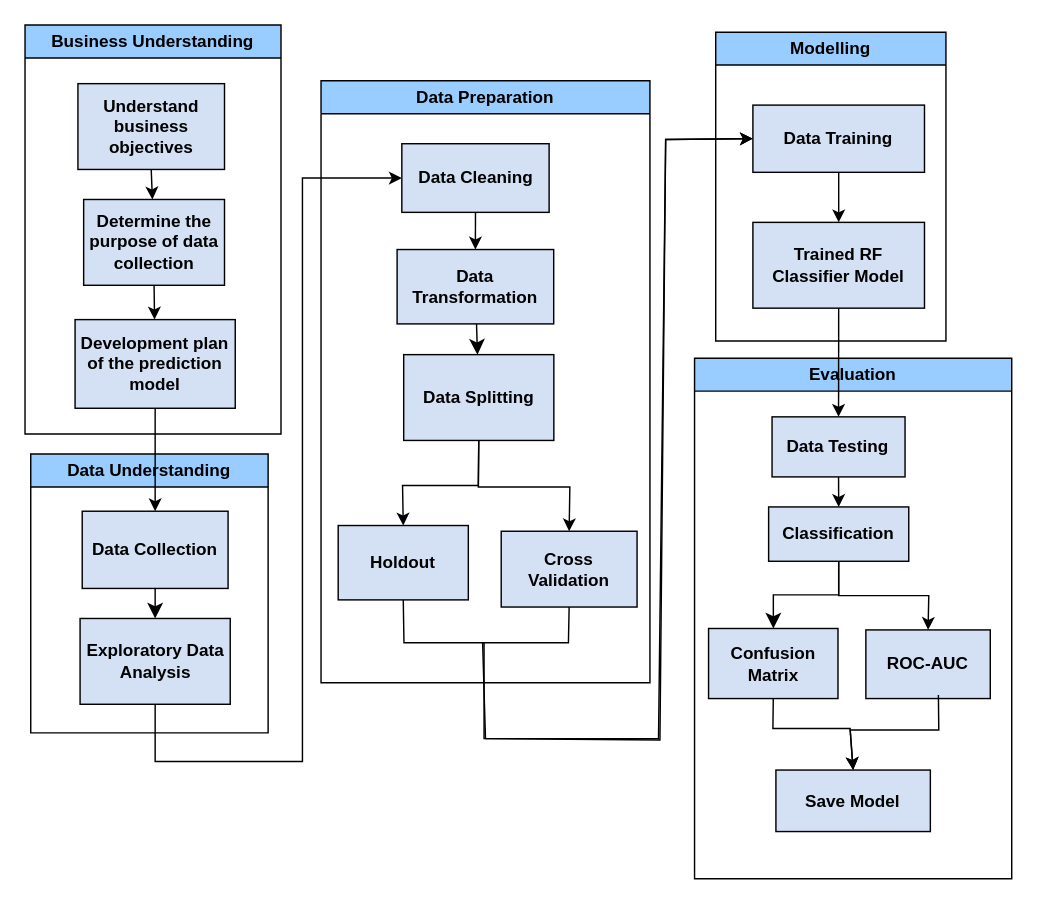
Earlier version of the draw.io diagram Untitled Diagram.drawio (sleepygirlleen/Final-Project). Source tidied: cells renumbered, new cells numbered last; positions are measured from the earlier drawing's top-left corner, leaving out a move shared by most shapes. Both pictures are drawn from the tidied source at 143%, with x=0, y=0 at pixel (24, 24).
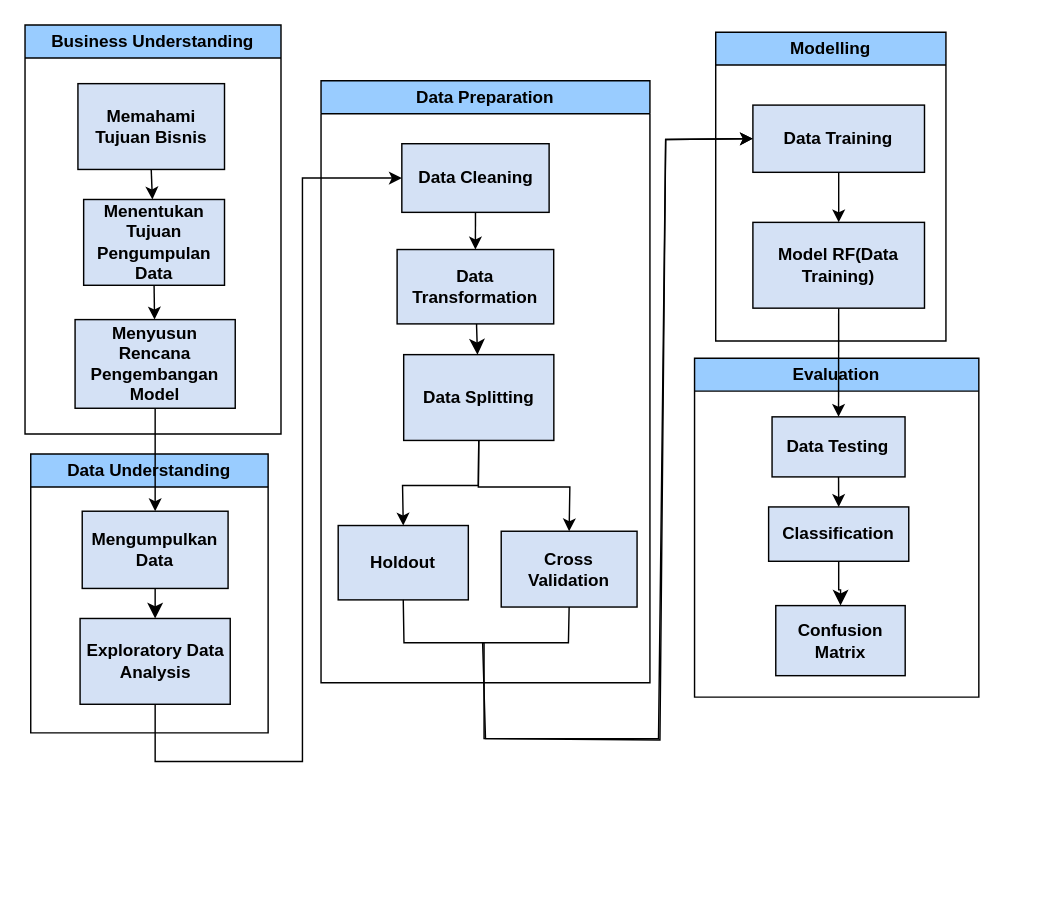
The same diagram, later.

The change refers to these unchanged cells:
```xml
<mxCell id="2" value="Data Understanding" style="swimlane;whiteSpace=wrap;html=1;fillColor=#99CCFF;" parent="1" vertex="1">
  <mxGeometry x="4" y="300" width="166" height="195" as="geometry" />
</mxCell>
<mxCell id="18" value="&lt;b&gt;Classification&lt;/b&gt;" style="rounded=0;whiteSpace=wrap;html=1;fillColor=#D4E1F5;" parent="16" vertex="1">
  <mxGeometry x="51.8" y="104" width="98" height="38" as="geometry" />
</mxCell>
<mxCell id="27" value="Business Understanding" style="swimlane;whiteSpace=wrap;html=1;fillColor=#99CCFF;" parent="1" vertex="1">
  <mxGeometry width="179" height="286" as="geometry" />
</mxCell>
<mxCell id="33" value="Modelling" style="swimlane;whiteSpace=wrap;html=1;fillColor=#99CCFF;" parent="1" vertex="1">
  <mxGeometry x="483" y="5" width="161" height="216" as="geometry" />
</mxCell>
```

The edit, as a diff of the source:
```diff
@@
-    <mxCell id="3" value="&lt;b&gt;Data Collection&lt;/b&gt;" style="rounded=0;whiteSpace=wrap;html=1;fillColor=#D4E1F5;" parent="2" vertex="1">
+    <mxCell id="3" value="&lt;b&gt;Mengumpulkan Data&lt;/b&gt;" style="rounded=0;whiteSpace=wrap;html=1;fillColor=#D4E1F5;" parent="2" vertex="1">
       <mxGeometry x="36" y="40" width="102" height="54" as="geometry" />
     </mxCell>
@@
     <mxCell id="16" value="Evaluation" style="swimlane;whiteSpace=wrap;html=1;fillColor=#99CCFF;" parent="1" vertex="1">
-      <mxGeometry x="468.2" y="233" width="221.8" height="364" as="geometry" />
+      <mxGeometry x="468.2" y="233" width="198.8" height="237" as="geometry" />
     </mxCell>
@@
     <mxCell id="19" value="&lt;b&gt;Confusion Matrix&lt;/b&gt;" style="rounded=0;whiteSpace=wrap;html=1;fillColor=#D4E1F5;" parent="16" vertex="1">
-      <mxGeometry x="9.8" y="189" width="90.5" height="49" as="geometry" />
+      <mxGeometry x="56.8" y="173" width="90.5" height="49" as="geometry" />
     </mxCell>
-    <mxCell id="20" value="&lt;b&gt;ROC-AUC&lt;/b&gt;" style="rounded=0;whiteSpace=wrap;html=1;fillColor=#D4E1F5;" parent="16" vertex="1">
-      <mxGeometry x="119.8" y="190" width="87" height="48" as="geometry" />
-    </mxCell>
-    <mxCell id="21" style="endArrow=classic;html=1;rounded=0;exitX=0.5;exitY=1;exitDx=0;exitDy=0;entryX=0.5;entryY=0;entryDx=0;entryDy=0;" parent="16" edge="1" source="18" target="20">
-      <mxGeometry relative="1" as="geometry">
-        <Array as="points">
-          <mxPoint x="100.8" y="166" />
-          <mxPoint x="163.8" y="166" />
-        </Array>
-      </mxGeometry>
-    </mxCell>
@@
-    <mxCell id="24" value="&lt;b&gt;Save Model&lt;/b&gt;" style="rounded=0;whiteSpace=wrap;html=1;fillColor=#D4E1F5;" parent="16" vertex="1">
-      <mxGeometry x="56.9" y="288" width="108" height="43" as="geometry" />
-    </mxCell>
-    <mxCell id="25" style="endArrow=classic;html=1;rounded=0;exitX=0.5;exitY=1;exitDx=0;exitDy=0;entryX=0.5;entryY=0;entryDx=0;entryDy=0;" parent="16" edge="1" source="19" target="24">
-      <mxGeometry relative="1" as="geometry">
-        <Array as="points">
-          <mxPoint x="54.8" y="259" />
-          <mxPoint x="108.8" y="259" />
-        </Array>
-      </mxGeometry>
-    </mxCell>
-    <mxCell id="26" style="endArrow=classic;html=1;rounded=0;entryX=0.5;entryY=0;entryDx=0;entryDy=0;exitX=0.583;exitY=0.947;exitDx=0;exitDy=0;exitPerimeter=0;" parent="16" edge="1" source="20" target="24">
-      <mxGeometry relative="1" as="geometry">
-        <Array as="points">
-          <mxPoint x="170.8" y="260" />
-          <mxPoint x="108.8" y="260" />
-        </Array>
-      </mxGeometry>
-    </mxCell>
@@
-    <mxCell id="28" value="&lt;b&gt;Understand business objectives&lt;/b&gt;" style="rounded=0;whiteSpace=wrap;html=1;fillColor=#D4E1F5;" parent="27" vertex="1">
+    <mxCell id="28" value="&lt;b&gt;Memahami Tujuan Bisnis&lt;/b&gt;" style="rounded=0;whiteSpace=wrap;html=1;fillColor=#D4E1F5;" parent="27" vertex="1">
       <mxGeometry x="37" y="41" width="102.5" height="60" as="geometry" />
     </mxCell>
-    <mxCell id="29" value="&lt;b&gt;Determine the purpose of data collection&lt;/b&gt;" style="rounded=0;whiteSpace=wrap;html=1;fillColor=#D4E1F5;" parent="27" vertex="1">
+    <mxCell id="29" value="&lt;b&gt;Menentukan Tujuan Pengumpulan Data&lt;/b&gt;" style="rounded=0;whiteSpace=wrap;html=1;fillColor=#D4E1F5;" parent="27" vertex="1">
       <mxGeometry x="41" y="122" width="98.5" height="60" as="geometry" />
     </mxCell>
-    <mxCell id="30" value="&lt;b&gt;&lt;br&gt;&lt;/b&gt;&lt;p&gt;&lt;b&gt;Development plan of the prediction model&lt;/b&gt;&lt;/p&gt;&lt;b&gt;&lt;br&gt;&lt;/b&gt;" style="rounded=0;whiteSpace=wrap;html=1;fillColor=#D4E1F5;" parent="27" vertex="1">
+    <mxCell id="30" value="&lt;b&gt;Menyusun Rencana Pengembangan Model&lt;/b&gt;" style="rounded=0;whiteSpace=wrap;html=1;fillColor=#D4E1F5;" parent="27" vertex="1">
       <mxGeometry x="35" y="206" width="112" height="62" as="geometry" />
     </mxCell>
@@
-    <mxCell id="34" value="&lt;b&gt;Trained RF Classifier Model&lt;/b&gt;" style="rounded=0;whiteSpace=wrap;html=1;fillColor=#D4E1F5;" parent="33" vertex="1">
+    <mxCell id="34" value="&lt;b&gt;Model RF(Data Training)&lt;/b&gt;" style="rounded=0;whiteSpace=wrap;html=1;fillColor=#D4E1F5;" parent="33" vertex="1">
       <mxGeometry x="26" y="133" width="120" height="60" as="geometry" />
     </mxCell>
```
